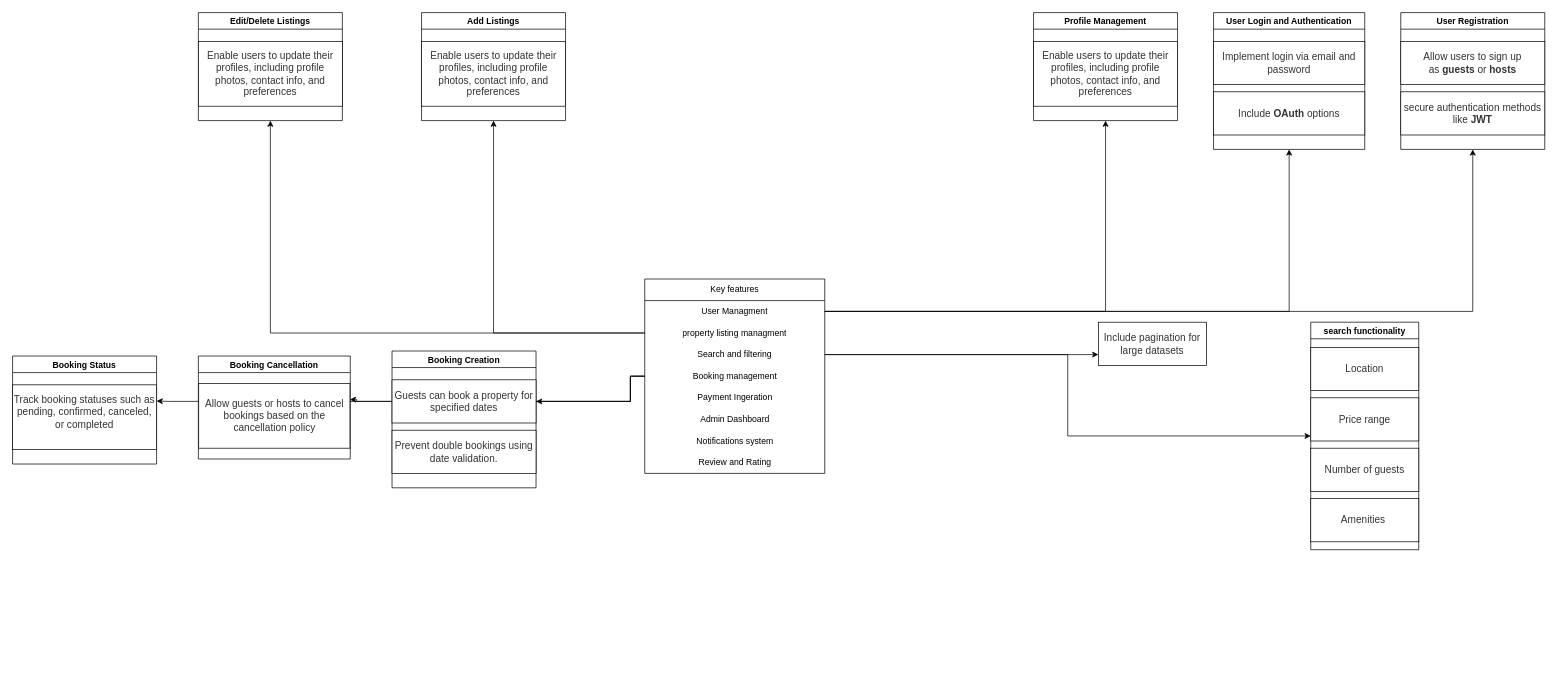
Above: airBnB.drawio in Dinamow/alx-airbnb-project-documentation (draw.io), before the change. Source tidied: cells renumbered, new cells numbered last; positions are measured from the earlier drawing's top-left corner, leaving out a move shared by most shapes. Both pictures are drawn from the tidied source at 72%, with x=0, y=0 at pixel (12, 12).
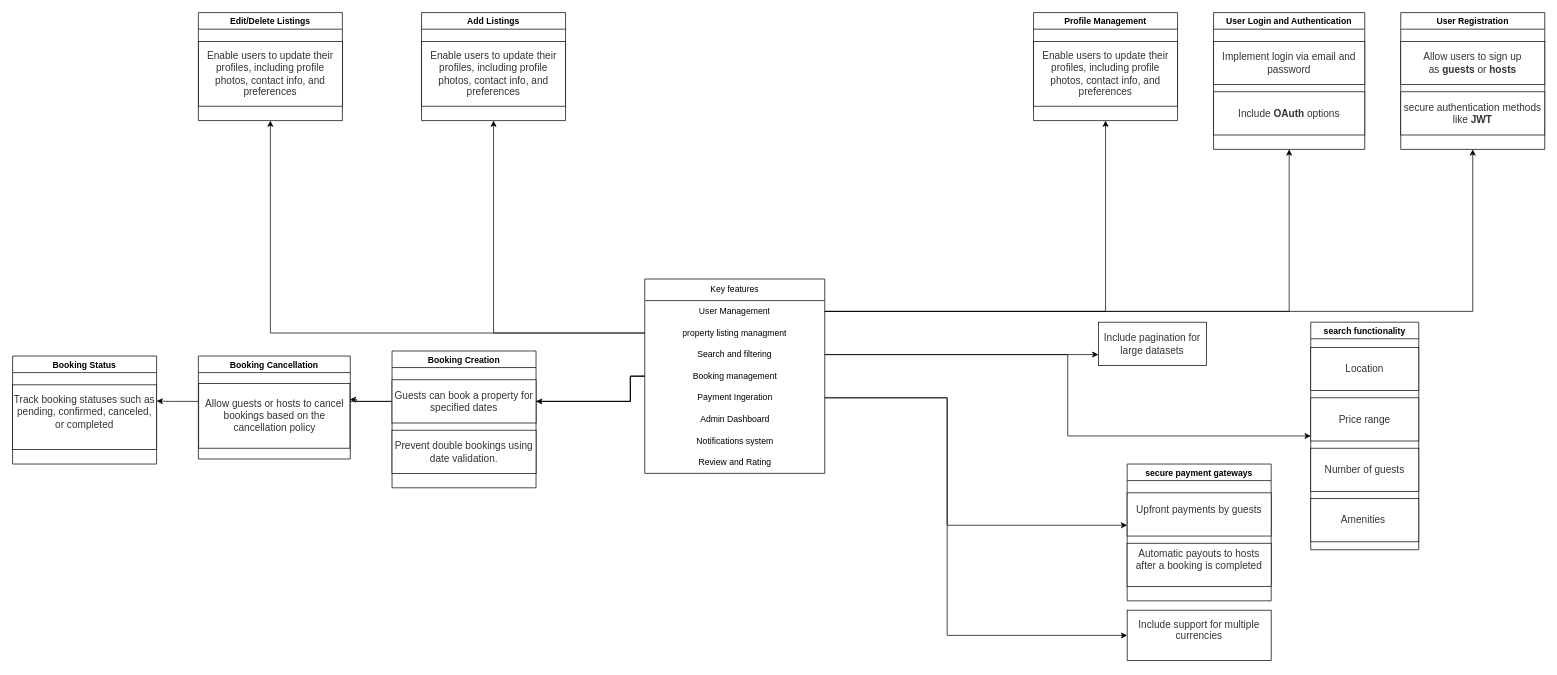
The same diagram, later.

The change refers to these unchanged cells:
```xml
<mxCell id="4" value="Key features" style="swimlane;fontStyle=0;horizontal=1;startSize=30;whiteSpace=wrap;html=1;align=center;" parent="1" vertex="1">
  <mxGeometry x="878" y="370" width="250" height="270" as="geometry" />
</mxCell>
<mxCell id="9" value="Payment Ingeration" style="text;html=1;align=center;verticalAlign=middle;points=[];strokeColor=none;fillColor=none;" parent="4" vertex="1">
  <mxGeometry y="150" width="250" height="30" as="geometry" />
</mxCell>
```

What changed in the source:
```diff
@@
+    <mxCell id="46" style="edgeStyle=orthogonalEdgeStyle;rounded=0;jettySize=auto;html=1;entryX=0;entryY=0.75;entryDx=0;entryDy=0;" parent="1" edge="1" source="9" target="49">
+      <mxGeometry relative="1" as="geometry">
+        <Array as="points">
+          <mxPoint x="1298" y="535" />
+          <mxPoint x="1298" y="712" />
+        </Array>
+      </mxGeometry>
+    </mxCell>
@@
-    <mxCell id="5" value="User Managment" style="text;strokeColor=none;fillColor=none;align=center;verticalAlign=middle;spacingLeft=4;spacingRight=4;overflow=hidden;points=[[0,0.5],[1,0.5]];portConstraint=eastwest;whiteSpace=wrap;html=1;" parent="4" vertex="1">
+    <mxCell id="5" value="User Management" style="text;strokeColor=none;fillColor=none;align=center;verticalAlign=middle;spacingLeft=4;spacingRight=4;overflow=hidden;points=[[0,0.5],[1,0.5]];portConstraint=eastwest;whiteSpace=wrap;html=1;" parent="4" vertex="1">
       <mxGeometry y="30" width="250" height="30" as="geometry" />
     </mxCell>
@@
+    <mxCell id="47" value="&#10;&lt;span style=&quot;color: rgb(51, 51, 51); font-family: aktiv-grotesk, sans-serif; font-size: 14px; font-style: normal; font-variant-ligatures: normal; font-variant-caps: normal; font-weight: 400; letter-spacing: normal; orphans: 2; text-align: left; text-indent: 0px; text-transform: none; widows: 2; word-spacing: 0px; -webkit-text-stroke-width: 0px; white-space: normal; background-color: rgb(255, 255, 255); text-decoration-thickness: initial; text-decoration-style: initial; text-decoration-color: initial; display: inline !important; float: none;&quot;&gt;Include support for multiple currencies&lt;/span&gt;&#10;&#10;" style="whiteSpace=wrap;html=1;align=center;newEdgeStyle={&quot;edgeStyle&quot;:&quot;elbowEdgeStyle&quot;,&quot;startArrow&quot;:&quot;none&quot;,&quot;endArrow&quot;:&quot;none&quot;};" parent="1" vertex="1">
+      <mxGeometry x="1548" y="830" width="200" height="70" as="geometry" />
+    </mxCell>
+    <mxCell id="48" value="secure payment gateways" style="swimlane;" parent="1" vertex="1">
+      <mxGeometry x="1548" y="627" width="200" height="190" as="geometry" />
+    </mxCell>
+    <mxCell id="49" value="&#10;&lt;span style=&quot;color: rgb(51, 51, 51); font-family: aktiv-grotesk, sans-serif; font-size: 14px; font-style: normal; font-variant-ligatures: normal; font-variant-caps: normal; font-weight: 400; letter-spacing: normal; orphans: 2; text-align: left; text-indent: 0px; text-transform: none; widows: 2; word-spacing: 0px; -webkit-text-stroke-width: 0px; white-space: normal; background-color: rgb(255, 255, 255); text-decoration-thickness: initial; text-decoration-style: initial; text-decoration-color: initial; display: inline !important; float: none;&quot;&gt;Upfront payments by guests&lt;/span&gt;&#10;&#10;" style="whiteSpace=wrap;html=1;align=center;newEdgeStyle={&quot;edgeStyle&quot;:&quot;elbowEdgeStyle&quot;,&quot;startArrow&quot;:&quot;none&quot;,&quot;endArrow&quot;:&quot;none&quot;};" parent="48" vertex="1">
+      <mxGeometry y="40" width="200" height="60" as="geometry" />
+    </mxCell>
+    <mxCell id="50" value="&#10;&lt;span style=&quot;color: rgb(51, 51, 51); font-family: aktiv-grotesk, sans-serif; font-size: 14px; font-style: normal; font-variant-ligatures: normal; font-variant-caps: normal; font-weight: 400; letter-spacing: normal; orphans: 2; text-align: left; text-indent: 0px; text-transform: none; widows: 2; word-spacing: 0px; -webkit-text-stroke-width: 0px; white-space: normal; background-color: rgb(255, 255, 255); text-decoration-thickness: initial; text-decoration-style: initial; text-decoration-color: initial; display: inline !important; float: none;&quot;&gt;Automatic payouts to hosts after a booking is completed&lt;/span&gt;&#10;&#10;" style="whiteSpace=wrap;html=1;align=center;newEdgeStyle={&quot;edgeStyle&quot;:&quot;elbowEdgeStyle&quot;,&quot;startArrow&quot;:&quot;none&quot;,&quot;endArrow&quot;:&quot;none&quot;};" parent="48" vertex="1">
+      <mxGeometry y="110" width="200" height="60" as="geometry" />
+    </mxCell>
+    <mxCell id="51" style="edgeStyle=orthogonalEdgeStyle;rounded=0;jettySize=auto;html=1;entryX=0;entryY=0.5;entryDx=0;entryDy=0;" parent="1" edge="1" source="9" target="47">
+      <mxGeometry relative="1" as="geometry">
+        <Array as="points">
+          <mxPoint x="1298" y="535" />
+          <mxPoint x="1298" y="865" />
+        </Array>
+      </mxGeometry>
+    </mxCell>
```
